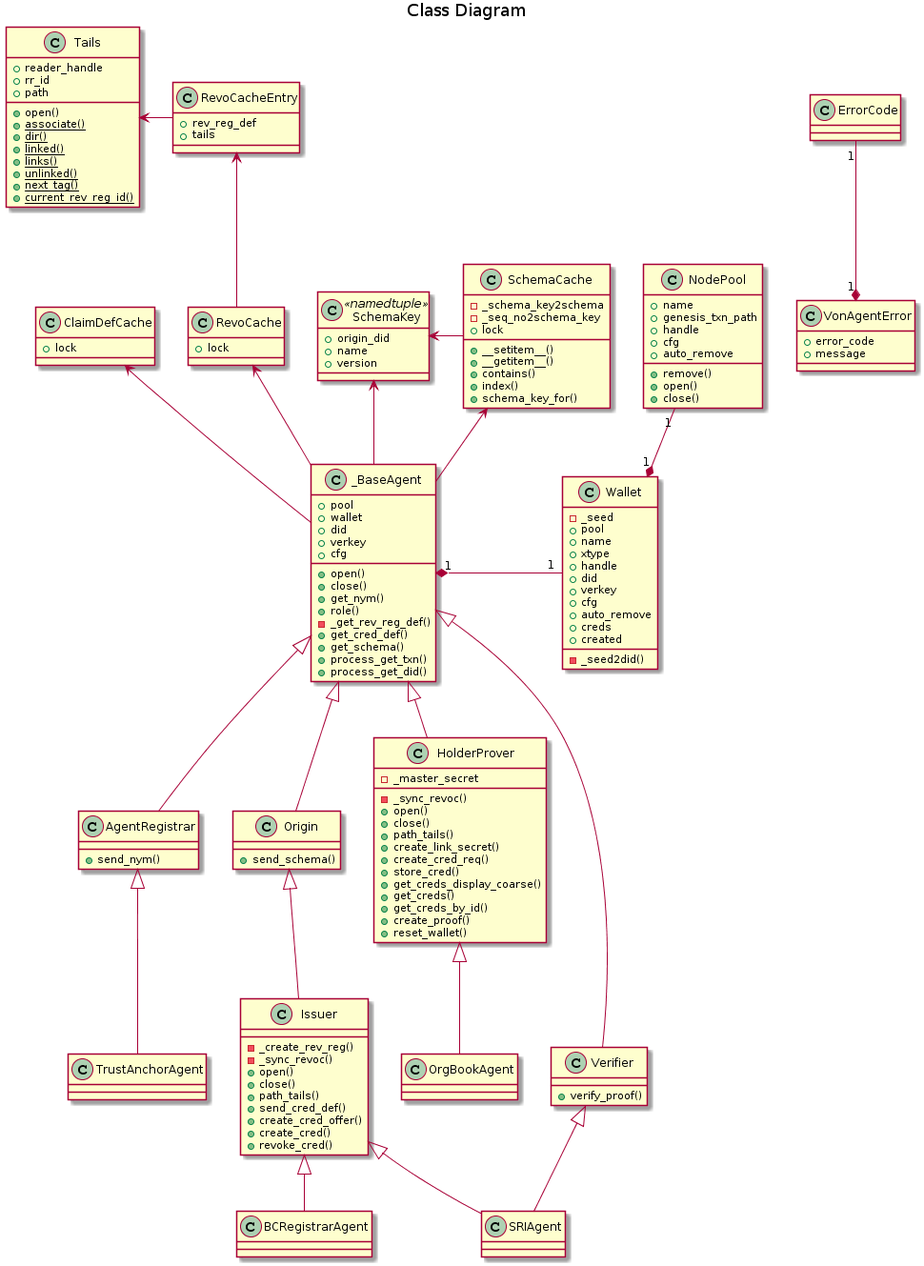
Before: doc/pic/class.png, a diagram exported from PlantUML (PSPC-SPAC-buyandsell/von_base).
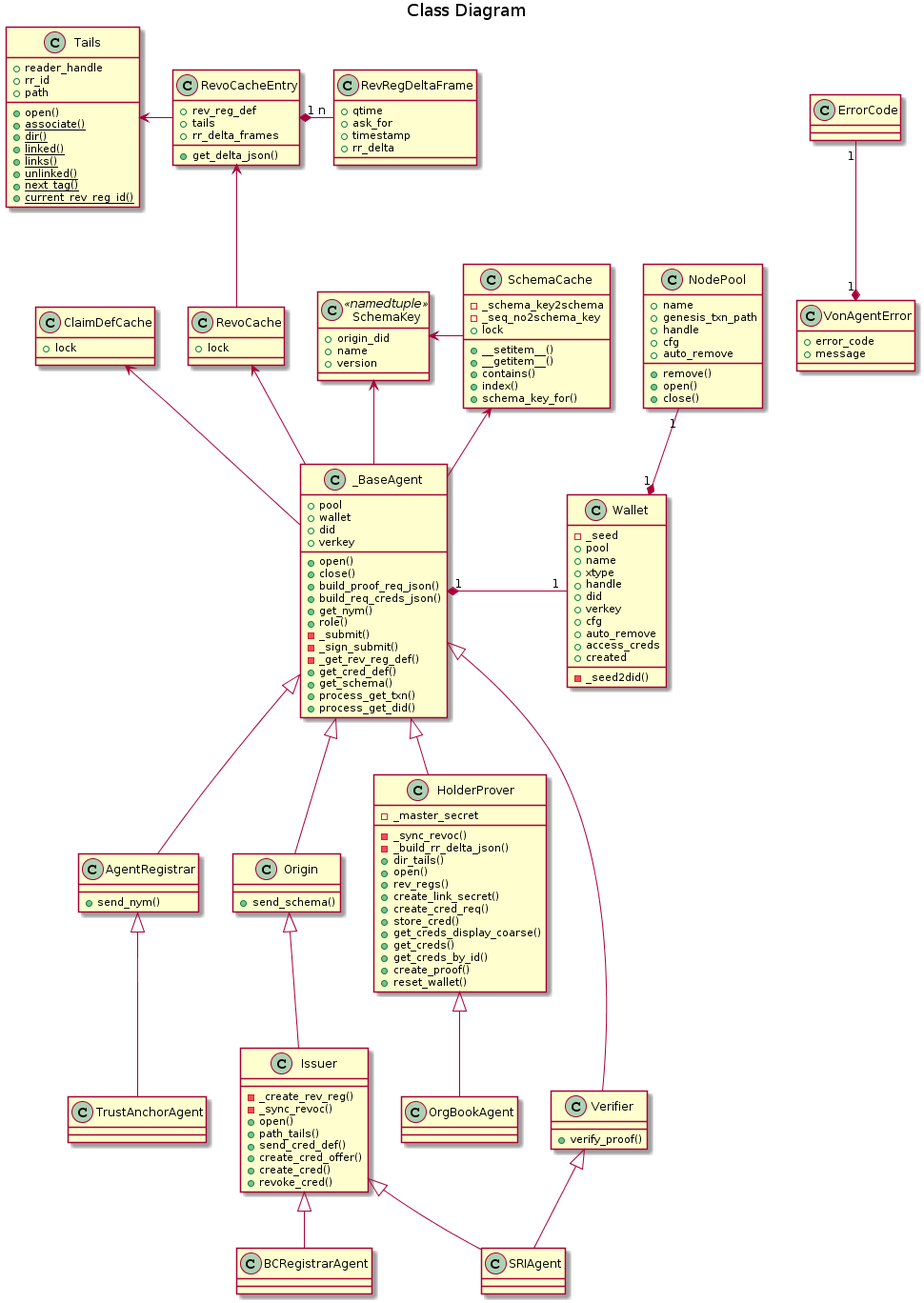
Above is the later version.

Change to the diagram source:
```diff
@@ -48,6 +48,15 @@
 class RevoCacheEntry {
     +rev_reg_def
     +tails
+    +rr_delta_frames
+    +get_delta_json()
+}
+
+class RevRegDeltaFrame {
+    +qtime
+    +ask_for
+    +timestamp
+    +rr_delta
 }
 
 class RevoCache{
@@ -65,7 +74,7 @@
     +verkey
     +cfg
     +auto_remove
-    +creds
+    +access_creds
     +created
 }
 
@@ -87,9 +96,12 @@
     +verkey
     +open()
     +close()
-    +cfg
+    +build_proof_req_json()
+    +build_req_creds_json()
     +get_nym()
     +role()
+    -_submit()
+    -_sign_submit()
     -_get_rev_reg_def()
     +get_cred_def()
     +get_schema()
@@ -109,7 +121,6 @@
     -_create_rev_reg()
     -_sync_revoc()
     +open()
-    +close()
     +path_tails()
     +send_cred_def()
     +create_cred_offer()
@@ -120,9 +131,10 @@
 class HolderProver {
     -_master_secret
     -_sync_revoc()
+    -_build_rr_delta_json()
+    +dir_tails()
     +open()
-    +close()
-    +path_tails()
+    +rev_regs()
     +create_link_secret()
     +create_cred_req()
     +store_cred()
@@ -158,7 +170,7 @@
 Wallet "1" *-up- "1" NodePool
 
 RevoCacheEntry -left-> Tails
-
+RevoCacheEntry "1" *-right- "n" RevRegDeltaFrame
 RevoCache -up-> RevoCacheEntry
 
 _BaseAgent -up-> RevoCache
```
